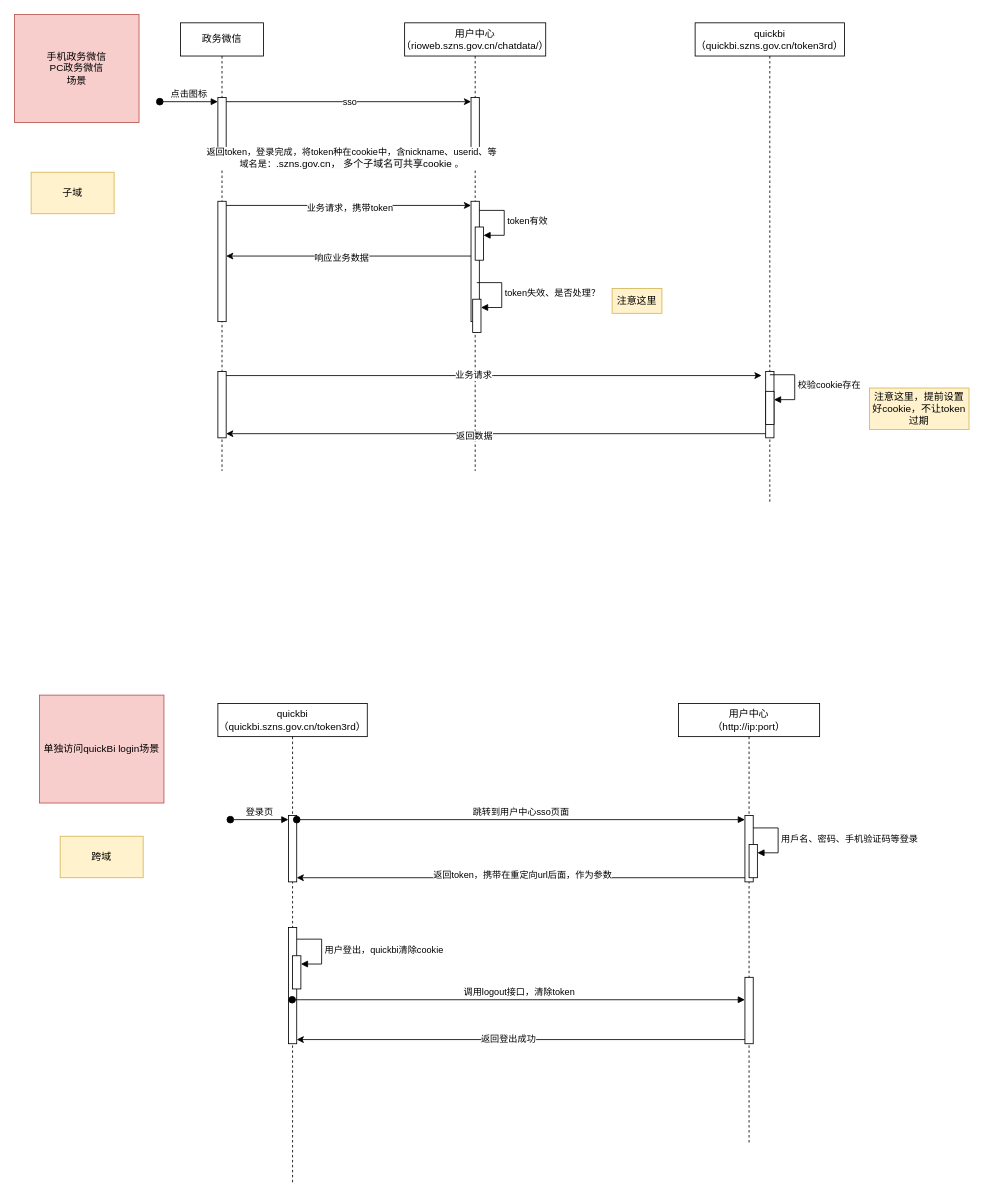
Before: qh/quickbisso.drawio in shaominghuiwhatsup/graph, a draw.io diagram. Source tidied: cells renumbered, new cells numbered last; positions are measured from the earlier drawing's top-left corner, leaving out a move shared by most shapes. Both pictures are drawn from the tidied source at 83%, with x=0, y=0 at pixel (14, 14).
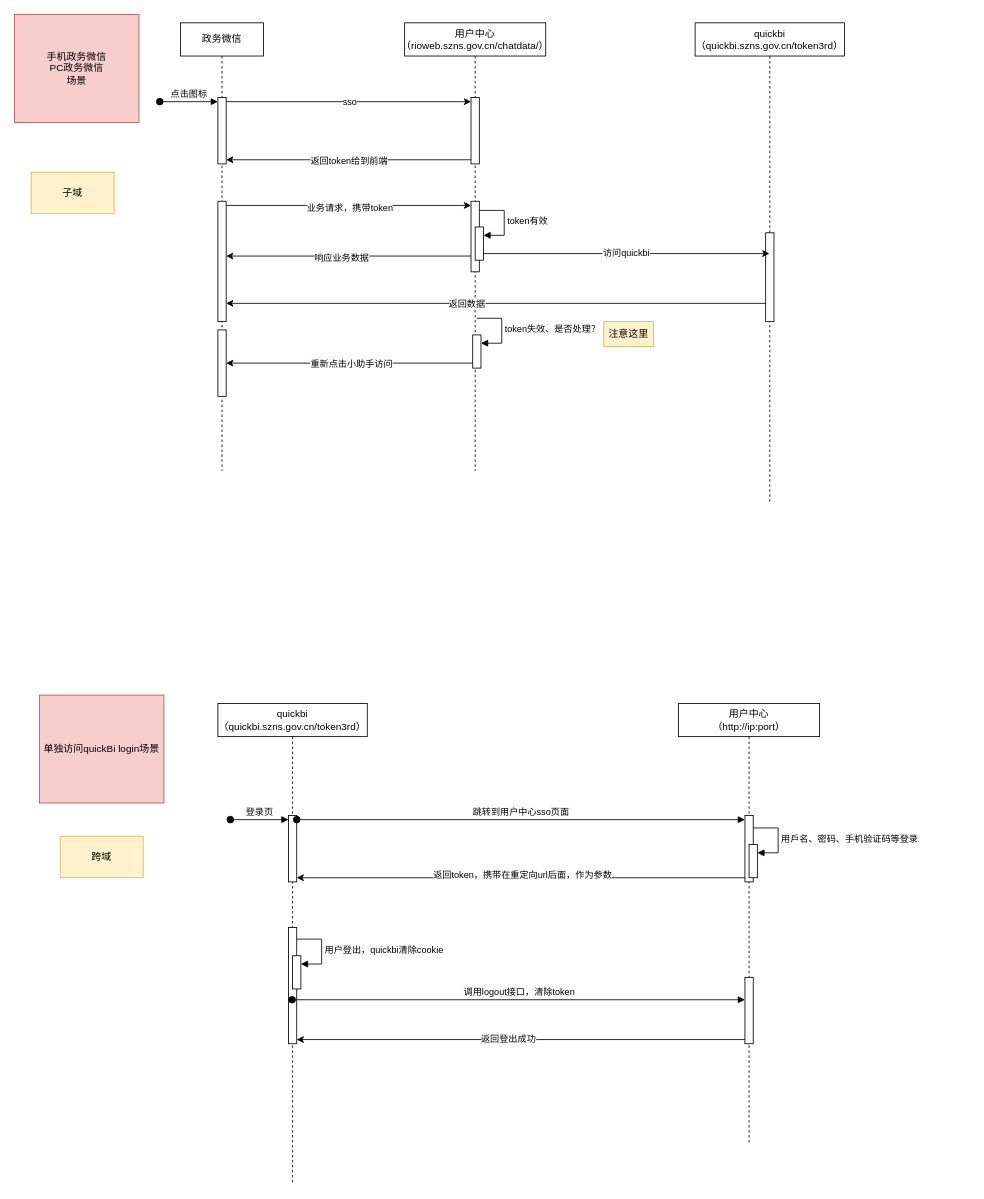
The same diagram, later.

Unchanged cells that the change refers to:
```xml
<mxCell id="2" value="政务微信" style="shape=umlLifeline;perimeter=lifelinePerimeter;whiteSpace=wrap;html=1;newEdgeStyle={&quot;curved&quot;:0,&quot;rounded&quot;:0};" parent="1" vertex="1">
  <mxGeometry x="200" y="10" width="100" height="540" as="geometry" />
</mxCell>
<mxCell id="6" value="用户中心&lt;br&gt;（rioweb.szns.gov.cn/chatdata/）" style="shape=umlLifeline;perimeter=lifelinePerimeter;whiteSpace=wrap;html=1;newEdgeStyle={&quot;curved&quot;:0,&quot;rounded&quot;:0};" parent="1" vertex="1">
  <mxGeometry x="470" y="10" width="170" height="540" as="geometry" />
</mxCell>
<mxCell id="11" value="quickbi&lt;br&gt;（quickbi.szns.gov.cn/token3rd）" style="shape=umlLifeline;perimeter=lifelinePerimeter;whiteSpace=wrap;html=1;outlineConnect=0;portConstraint=eastwest;newEdgeStyle={&quot;curved&quot;:0,&quot;rounded&quot;:0};" parent="1" vertex="1">
  <mxGeometry x="820" y="10" width="180" height="580" as="geometry" />
</mxCell>
<mxCell id="17" style="edgeStyle=orthogonalEdgeStyle;rounded=0;jettySize=auto;html=1;curved=0;exitX=0;exitY=1;exitDx=0;exitDy=-5;exitPerimeter=0;entryX=1;entryY=1;entryDx=0;entryDy=-5;entryPerimeter=0;" parent="1" edge="1" source="7" target="3">
  <mxGeometry relative="1" as="geometry" />
</mxCell>
```

What changed in the source:
```diff
@@
+    <mxCell id="23" style="html=1;points=[[0,0,0,0,5],[0,1,0,0,-5],[1,0,0,0,5],[1,1,0,0,-5]];perimeter=orthogonalPerimeter;outlineConnect=0;targetShapes=umlLifeline;portConstraint=eastwest;newEdgeStyle={&quot;curved&quot;:0,&quot;rounded&quot;:0};" parent="2" vertex="1">
+      <mxGeometry x="45" y="370" width="10" height="80" as="geometry" />
+    </mxCell>
@@
     <mxCell id="8" style="html=1;points=[[0,0,0,0,5],[0,1,0,0,-5],[1,0,0,0,5],[1,1,0,0,-5]];perimeter=orthogonalPerimeter;outlineConnect=0;targetShapes=umlLifeline;portConstraint=eastwest;newEdgeStyle={&quot;curved&quot;:0,&quot;rounded&quot;:0};" parent="6" vertex="1">
-      <mxGeometry x="80" y="215" width="10" height="145" as="geometry" />
+      <mxGeometry x="80" y="215" width="10" height="85" as="geometry" />
     </mxCell>
@@
     <mxCell id="12" style="html=1;points=[[0,0,0,0,5],[0,1,0,0,-5],[1,0,0,0,5],[1,1,0,0,-5]];perimeter=orthogonalPerimeter;outlineConnect=0;targetShapes=umlLifeline;portConstraint=eastwest;newEdgeStyle={&quot;curved&quot;:0,&quot;rounded&quot;:0};" parent="11" vertex="1">
-      <mxGeometry x="85" y="420" width="10" height="80" as="geometry" />
+      <mxGeometry x="85" y="253" width="10" height="107" as="geometry" />
     </mxCell>
-    <mxCell id="13" style="html=1;points=[[0,0,0,0,5],[0,1,0,0,-5],[1,0,0,0,5],[1,1,0,0,-5]];perimeter=orthogonalPerimeter;outlineConnect=0;targetShapes=umlLifeline;portConstraint=eastwest;newEdgeStyle={&quot;curved&quot;:0,&quot;rounded&quot;:0};" parent="11" vertex="1">
-      <mxGeometry x="85" y="444" width="10" height="40" as="geometry" />
-    </mxCell>
-    <mxCell id="14" value="校验cookie存在" style="html=1;align=left;spacingLeft=2;endArrow=block;rounded=0;edgeStyle=orthogonalEdgeStyle;curved=0;rounded=0;" parent="11" edge="1" target="13">
-      <mxGeometry relative="1" as="geometry">
-        <mxPoint x="90" y="424" as="sourcePoint" />
-        <Array as="points">
-          <mxPoint x="120" y="454" />
-        </Array>
-      </mxGeometry>
-    </mxCell>
@@
-    <mxCell id="18" value="返回token，登录完成，将token种在cookie中，含nickname、userid、等&lt;br&gt;域名是：&lt;span style=&quot;text-wrap: wrap; font-size: 12px; background-color: rgb(251, 251, 251);&quot;&gt;.szns.gov.cn， 多个子域名可共享cookie&lt;/span&gt;&amp;nbsp;。" style="edgeLabel;html=1;align=center;verticalAlign=middle;" parent="17" vertex="1">
-      <mxGeometry x="-0.02" y="-3" relative="1" as="geometry" />
-    </mxCell>
+    <mxCell id="53" value="返回token给到前端" style="edgeLabel;html=1;align=center;verticalAlign=middle;" parent="17" vertex="1">
+      <mxGeometry y="1" relative="1" as="geometry" />
+    </mxCell>
@@
-    <mxCell id="23" style="html=1;points=[[0,0,0,0,5],[0,1,0,0,-5],[1,0,0,0,5],[1,1,0,0,-5]];perimeter=orthogonalPerimeter;outlineConnect=0;targetShapes=umlLifeline;portConstraint=eastwest;newEdgeStyle={&quot;curved&quot;:0,&quot;rounded&quot;:0};" parent="1" vertex="1">
-      <mxGeometry x="245" y="430" width="10" height="80" as="geometry" />
-    </mxCell>
@@
+    <mxCell id="54" style="edgeStyle=orthogonalEdgeStyle;rounded=0;jettySize=auto;html=1;curved=0;exitX=0;exitY=1;exitDx=0;exitDy=-5;exitPerimeter=0;" parent="1" edge="1" source="43" target="23">
+      <mxGeometry relative="1" as="geometry">
+        <Array as="points">
+          <mxPoint x="410" y="420" />
+          <mxPoint x="410" y="420" />
+        </Array>
+      </mxGeometry>
+    </mxCell>
+    <mxCell id="55" value="重新点击小助手访问" style="edgeLabel;html=1;align=center;verticalAlign=middle;" parent="54" vertex="1">
+      <mxGeometry x="-0.01" relative="1" as="geometry" />
+    </mxCell>
     <mxCell id="43" style="html=1;points=[[0,0,0,0,5],[0,1,0,0,-5],[1,0,0,0,5],[1,1,0,0,-5]];perimeter=orthogonalPerimeter;outlineConnect=0;targetShapes=umlLifeline;portConstraint=eastwest;newEdgeStyle={&quot;curved&quot;:0,&quot;rounded&quot;:0};" parent="1" vertex="1">
-      <mxGeometry x="552" y="343" width="10" height="40" as="geometry" />
+      <mxGeometry x="552" y="386" width="10" height="40" as="geometry" />
     </mxCell>
     <mxCell id="44" value="token失效、是否处理？" style="html=1;align=left;spacingLeft=2;endArrow=block;rounded=0;edgeStyle=orthogonalEdgeStyle;curved=0;rounded=0;" parent="1" edge="1" target="43">
       <mxGeometry relative="1" as="geometry">
-        <mxPoint x="557" y="323" as="sourcePoint" />
+        <mxPoint x="557" y="366" as="sourcePoint" />
         <Array as="points">
-          <mxPoint x="587" y="353" />
+          <mxPoint x="587" y="396" />
         </Array>
       </mxGeometry>
     </mxCell>
-    <mxCell id="45" style="edgeStyle=orthogonalEdgeStyle;rounded=0;jettySize=auto;html=1;curved=0;exitX=1;exitY=0;exitDx=0;exitDy=5;exitPerimeter=0;" parent="1" edge="1" source="23">
-      <mxGeometry relative="1" as="geometry">
-        <mxPoint x="900" y="435" as="targetPoint" />
-      </mxGeometry>
-    </mxCell>
-    <mxCell id="46" value="业务请求" style="edgeLabel;html=1;align=center;verticalAlign=middle;" parent="45" vertex="1">
-      <mxGeometry x="0.03" y="1" relative="1" as="geometry">
-        <mxPoint x="-34" as="offset" />
-      </mxGeometry>
-    </mxCell>
-    <mxCell id="47" style="edgeStyle=orthogonalEdgeStyle;rounded=0;jettySize=auto;html=1;curved=0;exitX=0;exitY=1;exitDx=0;exitDy=-5;exitPerimeter=0;entryX=1;entryY=1;entryDx=0;entryDy=-5;entryPerimeter=0;" parent="1" edge="1" source="12" target="23">
-      <mxGeometry relative="1" as="geometry" />
-    </mxCell>
-    <mxCell id="48" value="返回数据" style="edgeLabel;html=1;align=center;verticalAlign=middle;" parent="47" vertex="1">
-      <mxGeometry x="-0.12" y="2" relative="1" as="geometry">
-        <mxPoint x="-66" as="offset" />
-      </mxGeometry>
-    </mxCell>
     <mxCell id="49" value="注意这里" style="text;html=1;align=center;verticalAlign=middle;whiteSpace=wrap;rounded=0;fillColor=#fff2cc;strokeColor=#d6b656;" parent="1" vertex="1">
-      <mxGeometry x="720" y="330" width="60" height="30" as="geometry" />
+      <mxGeometry x="710" y="370" width="60" height="30" as="geometry" />
     </mxCell>
-    <mxCell id="50" value="注意这里，提前设置好cookie，不让token过期" style="text;html=1;align=center;verticalAlign=middle;whiteSpace=wrap;rounded=0;fillColor=#fff2cc;strokeColor=#d6b656;" parent="1" vertex="1">
-      <mxGeometry x="1030" y="450" width="120" height="50" as="geometry" />
-    </mxCell>
@@
+    <mxCell id="56" value="访问quickbi" style="endArrow=classic;html=1;rounded=0;" parent="1" edge="1" target="11">
+      <mxGeometry relative="1" as="geometry">
+        <mxPoint x="564.7" y="288" as="sourcePoint" />
+      </mxGeometry>
+    </mxCell>
+    <mxCell id="57" style="edgeStyle=orthogonalEdgeStyle;rounded=0;orthogonalLoop=1;jettySize=auto;html=1;curved=0;exitX=0;exitY=1;exitDx=0;exitDy=-5;exitPerimeter=0;entryX=1;entryY=1;entryDx=0;entryDy=-5;entryPerimeter=0;" parent="1" edge="1">
+      <mxGeometry relative="1" as="geometry">
+        <mxPoint x="905" y="348" as="sourcePoint" />
+        <mxPoint x="255" y="348" as="targetPoint" />
+      </mxGeometry>
+    </mxCell>
+    <mxCell id="48" value="返回数据" style="edgeLabel;html=1;align=center;verticalAlign=middle;" parent="57" vertex="1">
+      <mxGeometry x="0.11" relative="1" as="geometry" />
+    </mxCell>
```
